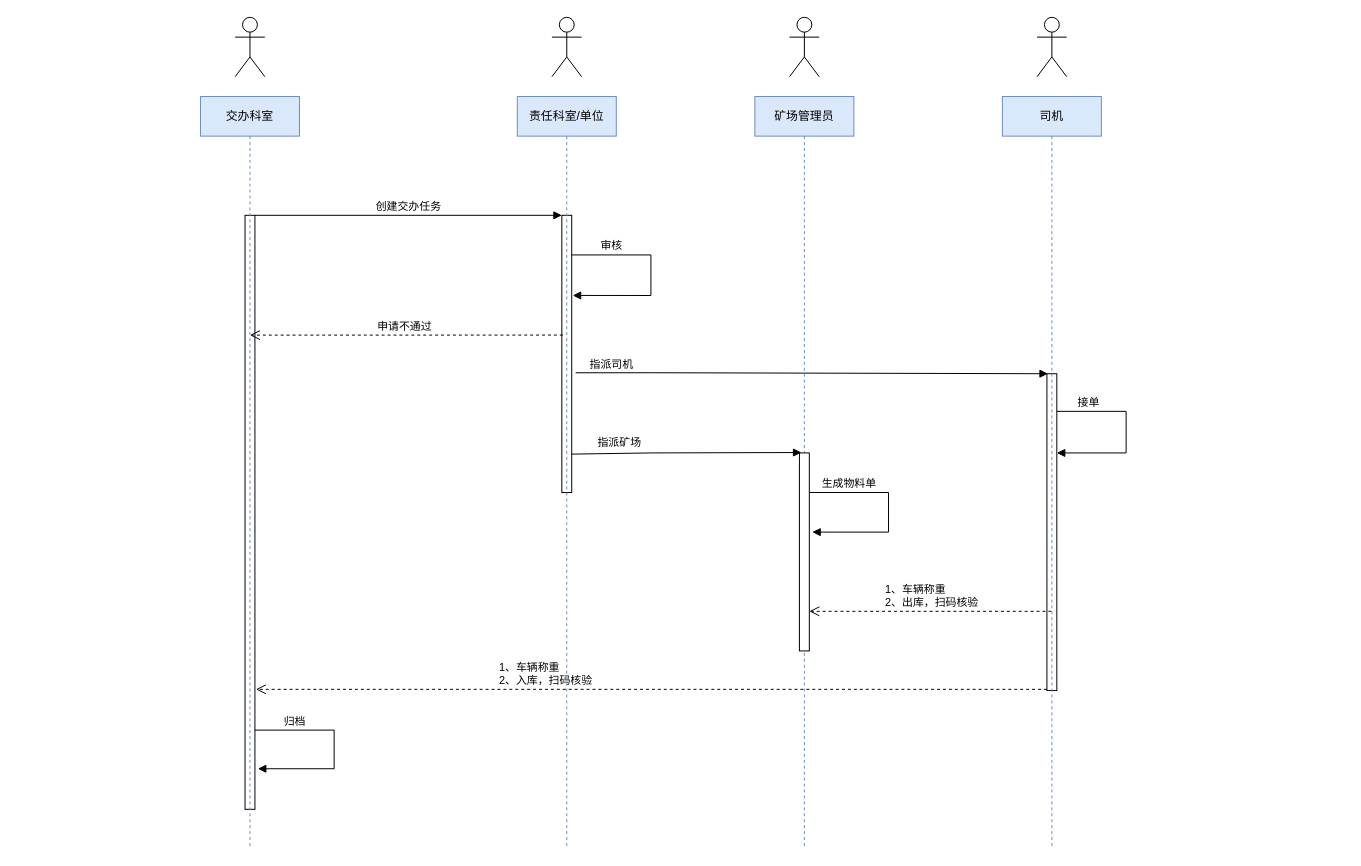
Above: 监督赋能执行力工作平台.drawio in z-cloud-z/draw (draw.io), before the change. Source tidied: cells renumbered, new cells numbered last; positions are measured from the earlier drawing's top-left corner, leaving out a move shared by most shapes. Both pictures are drawn from the tidied source at 99%, with x=0, y=0 at pixel (200, 17).
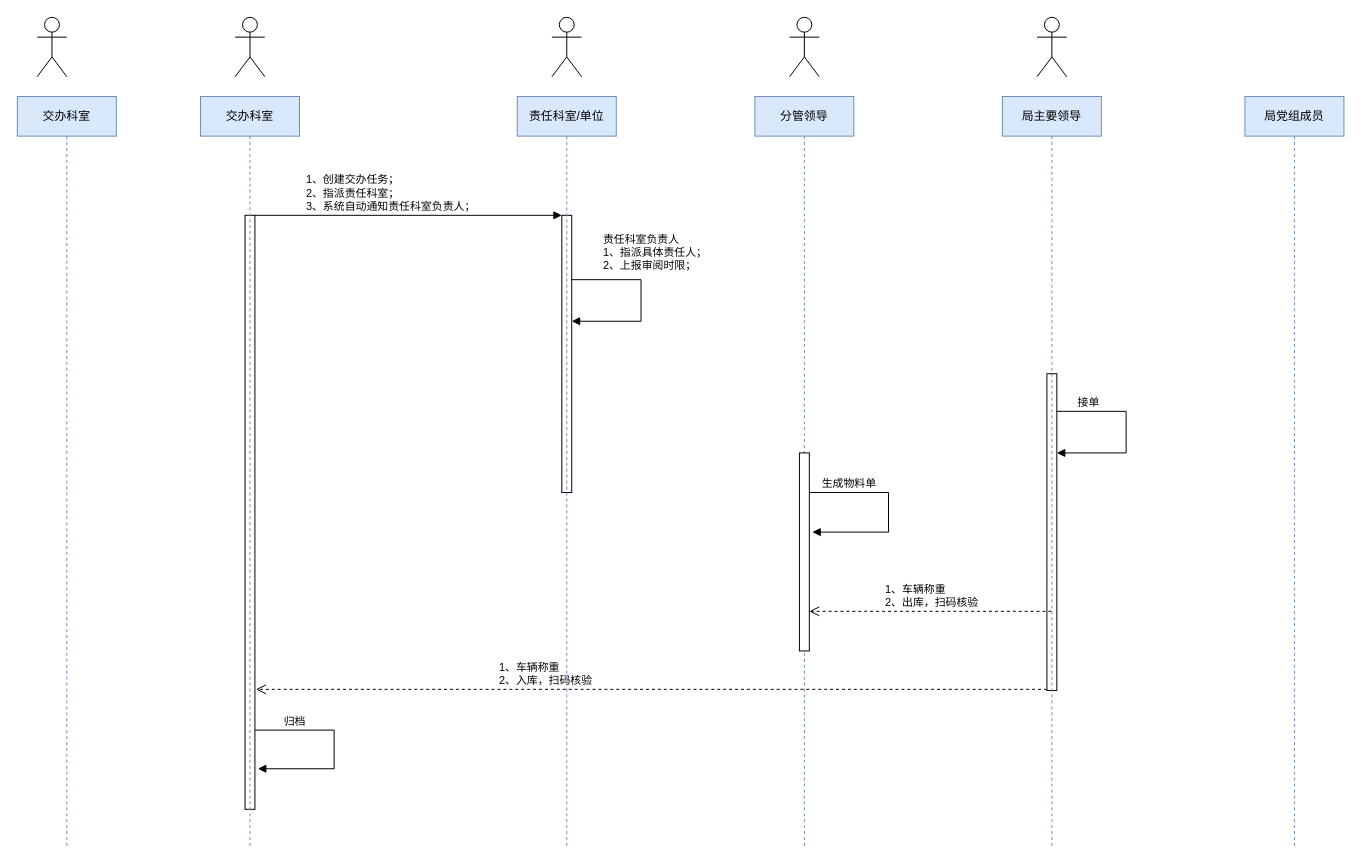
Above is the later version.

Commit message:
Update 监督赋能执行力工作平台.drawio

Unchanged cells that the change refers to:
```xml
<mxCell id="6" style="html=1;points=[];perimeter=orthogonalPerimeter;" parent="1" vertex="1">
  <mxGeometry x="45" y="200" width="10" height="600" as="geometry" />
</mxCell>
<mxCell id="7" style="html=1;points=[];perimeter=orthogonalPerimeter;" parent="1" vertex="1">
  <mxGeometry x="365" y="200" width="10" height="280" as="geometry" />
</mxCell>
<mxCell id="12" style="html=1;points=[];perimeter=orthogonalPerimeter;" parent="1" vertex="1">
  <mxGeometry x="855" y="360" width="10" height="320" as="geometry" />
</mxCell>
<mxCell id="21" style="html=1;points=[];perimeter=orthogonalPerimeter;" parent="20" vertex="1">
  <mxGeometry x="45" y="360" width="10" height="200" as="geometry" />
</mxCell>
```

What changed in the source:
```diff
@@
-    <mxCell id="8" value="创建交办任务" style="html=1;verticalAlign=bottom;endArrow=block;entryX=0;entryY=0;rounded=0;" parent="1" edge="1" source="6" target="7">
-      <mxGeometry relative="1" as="geometry" />
+    <mxCell id="8" value="&lt;div&gt;1、创建交办任务；&lt;/div&gt;2、指派责任科室；&lt;br&gt;3、系统自动通知责任科室负责人；" style="html=1;verticalAlign=bottom;endArrow=block;entryX=0;entryY=0;rounded=0;align=left;" parent="1" edge="1" source="6" target="7">
+      <mxGeometry x="-0.68" relative="1" as="geometry" />
     </mxCell>
-    <mxCell id="9" value="申请不通过" style="html=1;verticalAlign=bottom;endArrow=open;dashed=1;endSize=8;rounded=0;exitX=0.1;exitY=0.432;exitDx=0;exitDy=0;exitPerimeter=0;" parent="1" edge="1" source="7">
-      <mxGeometry x="0.01" relative="1" as="geometry">
-        <mxPoint x="50" y="321" as="targetPoint" />
-      </mxGeometry>
-    </mxCell>
-    <mxCell id="10" value="审核" style="html=1;verticalAlign=bottom;endArrow=block;rounded=0;entryX=1.1;entryY=0.289;entryDx=0;entryDy=0;entryPerimeter=0;" parent="1" edge="1" source="7" target="7">
-      <mxGeometry x="-0.6" relative="1" as="geometry">
-        <Array as="points">
-          <mxPoint x="455" y="240" />
-          <mxPoint x="455" y="281" />
-        </Array>
-      </mxGeometry>
-    </mxCell>
-    <mxCell id="11" value="指派司机" style="html=1;verticalAlign=bottom;endArrow=block;rounded=0;exitX=1.4;exitY=0.568;exitDx=0;exitDy=0;exitPerimeter=0;entryX=0.1;entryY=0;entryDx=0;entryDy=0;entryPerimeter=0;" parent="1" edge="1" source="7" target="12">
-      <mxGeometry x="-0.85" y="-1" relative="1" as="geometry">
-        <Array as="points">
-          <mxPoint x="455" y="359" />
-        </Array>
-      </mxGeometry>
-    </mxCell>
@@
-    <mxCell id="17" value="指派矿场" style="html=1;verticalAlign=bottom;endArrow=block;rounded=0;exitX=0.9;exitY=0.403;exitDx=0;exitDy=0;exitPerimeter=0;entryX=0.2;entryY=-0.002;entryDx=0;entryDy=0;entryPerimeter=0;" parent="1" edge="1" target="21">
-      <mxGeometry x="-0.59" y="1" relative="1" as="geometry">
-        <mxPoint x="375" y="441.2" as="sourcePoint" />
-        <Array as="points">
-          <mxPoint x="456" y="440" />
-        </Array>
-      </mxGeometry>
-    </mxCell>
@@
-    <mxCell id="20" value="&lt;span&gt;矿场管理员&lt;/span&gt;" style="shape=umlLifeline;perimeter=lifelinePerimeter;whiteSpace=wrap;html=1;fillColor=#dae8fc;strokeColor=#6c8ebf;" parent="1" vertex="1">
+    <mxCell id="20" value="&lt;span&gt;分管领导&lt;/span&gt;" style="shape=umlLifeline;perimeter=lifelinePerimeter;whiteSpace=wrap;html=1;fillColor=#dae8fc;strokeColor=#6c8ebf;" parent="1" vertex="1">
       <mxGeometry x="560" y="80" width="100" height="760" as="geometry" />
     </mxCell>
@@
-    <mxCell id="23" value="&lt;span&gt;司机&lt;/span&gt;" style="shape=umlLifeline;perimeter=lifelinePerimeter;whiteSpace=wrap;html=1;outlineConnect=0;fillColor=#dae8fc;strokeColor=#6c8ebf;" parent="1" vertex="1">
+    <mxCell id="23" value="局主要领导" style="shape=umlLifeline;perimeter=lifelinePerimeter;whiteSpace=wrap;html=1;outlineConnect=0;fillColor=#dae8fc;strokeColor=#6c8ebf;" parent="1" vertex="1">
       <mxGeometry x="810" y="80" width="100" height="760" as="geometry" />
     </mxCell>
+    <mxCell id="24" value="局党组成员" style="shape=umlLifeline;perimeter=lifelinePerimeter;whiteSpace=wrap;html=1;fillColor=#dae8fc;strokeColor=#6c8ebf;" parent="1" vertex="1">
+      <mxGeometry x="1055" y="80" width="100" height="760" as="geometry" />
+    </mxCell>
+    <mxCell id="25" value="责任科室负责人&lt;br&gt;1、指派具体责任人；&lt;br&gt;2、上报审阅时限；" style="html=1;verticalAlign=bottom;endArrow=block;rounded=0;align=left;" parent="1" edge="1">
+      <mxGeometry x="-0.67" y="5" relative="1" as="geometry">
+        <mxPoint x="375" y="265" as="sourcePoint" />
+        <mxPoint x="375" y="307" as="targetPoint" />
+        <Array as="points">
+          <mxPoint x="445" y="265" />
+          <mxPoint x="445" y="307" />
+        </Array>
+      </mxGeometry>
+    </mxCell>
+    <mxCell id="26" value="交办科室" style="shape=umlLifeline;perimeter=lifelinePerimeter;whiteSpace=wrap;html=1;fillColor=#dae8fc;strokeColor=#6c8ebf;" parent="1" vertex="1">
+      <mxGeometry x="-185" y="80" width="100" height="760" as="geometry" />
+    </mxCell>
+    <mxCell id="27" style="shape=umlActor;verticalLabelPosition=bottom;verticalAlign=top;html=1;" parent="1" vertex="1">
+      <mxGeometry x="-165" width="30" height="60" as="geometry" />
+    </mxCell>
```
